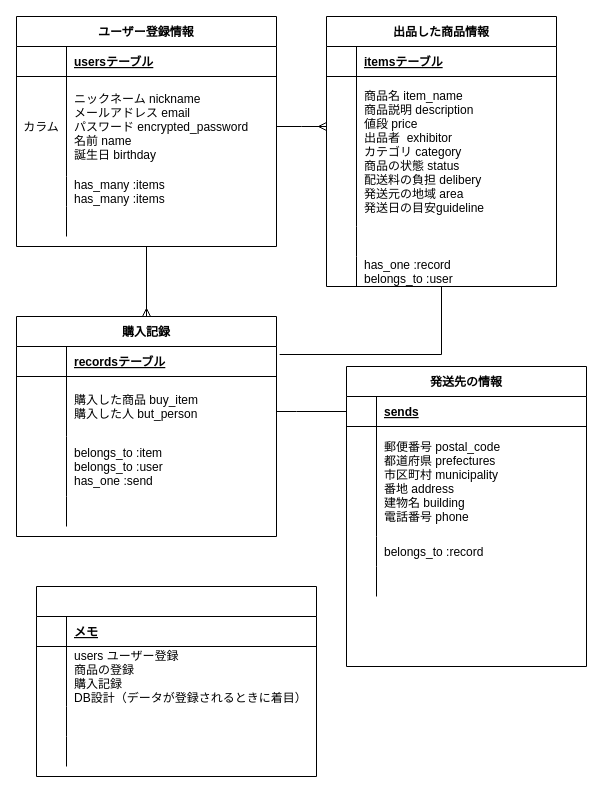
This is .dio from yochandesu/furima-33800, a draw.io file, before an edit. Source tidied: cells renumbered, new cells numbered last; positions are measured from the earlier drawing's top-left corner, leaving out a move shared by most shapes. Both pictures are drawn from the tidied source at 100%, with x=0, y=0 at pixel (16, 16).
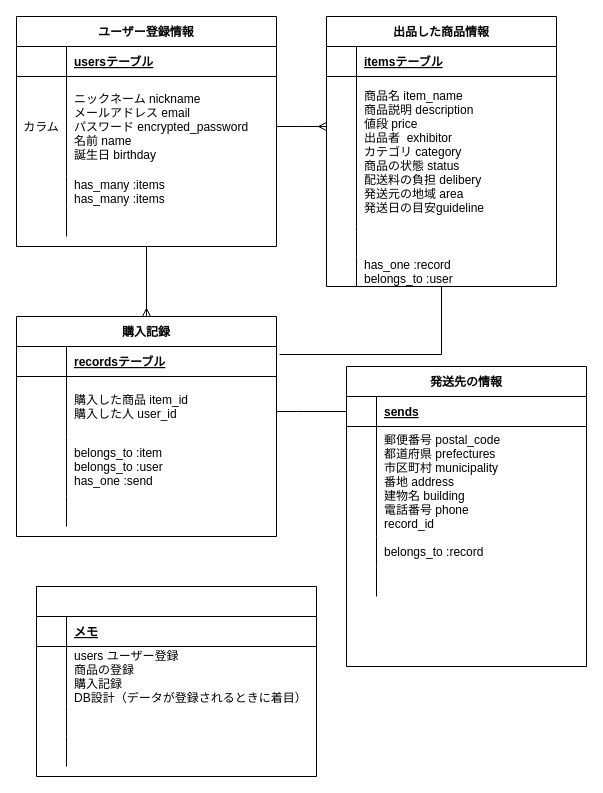
After the change.

Unchanged cells that the change refers to:
```xml
<mxCell id="35" style="shape=partialRectangle;fillColor=none;top=0;left=0;bottom=0;right=0;" parent="31" vertex="1">
  <mxGeometry y="60" width="260" height="60" as="geometry" />
</mxCell>
<mxCell id="61" style="shape=partialRectangle;fillColor=none;top=0;left=0;bottom=0;right=0;" parent="57" vertex="1">
  <mxGeometry y="60" width="240" height="110" as="geometry" />
</mxCell>
```

The edit, as a diff of the source:
```diff
@@
-    <mxCell id="37" value="購入した商品 buy_item&#10;購入した人 but_person" style="shape=partialRectangle;fillColor=none;top=0;left=0;bottom=0;right=0;align=left;spacingLeft=6;overflow=hidden;" parent="35" vertex="1">
+    <mxCell id="37" value="購入した商品 item_id&#10;購入した人 user_id" style="shape=partialRectangle;fillColor=none;top=0;left=0;bottom=0;right=0;align=left;spacingLeft=6;overflow=hidden;" parent="35" vertex="1">
       <mxGeometry x="50" width="210" height="60" as="geometry" />
     </mxCell>
@@
-    <mxCell id="63" value="郵便番号 postal_code&#10;都道府県 prefectures&#10;市区町村 municipality&#10;番地 address&#10;建物名 building&#10;電話番号 phone" style="shape=partialRectangle;fillColor=none;top=0;left=0;bottom=0;right=0;align=left;spacingLeft=6;overflow=hidden;" parent="61" vertex="1">
+    <mxCell id="63" value="郵便番号 postal_code&#10;都道府県 prefectures&#10;市区町村 municipality&#10;番地 address&#10;建物名 building&#10;電話番号 phone&#10;record_id" style="shape=partialRectangle;fillColor=none;top=0;left=0;bottom=0;right=0;align=left;spacingLeft=6;overflow=hidden;" parent="61" vertex="1">
       <mxGeometry x="30" width="210" height="110" as="geometry" />
     </mxCell>
```
